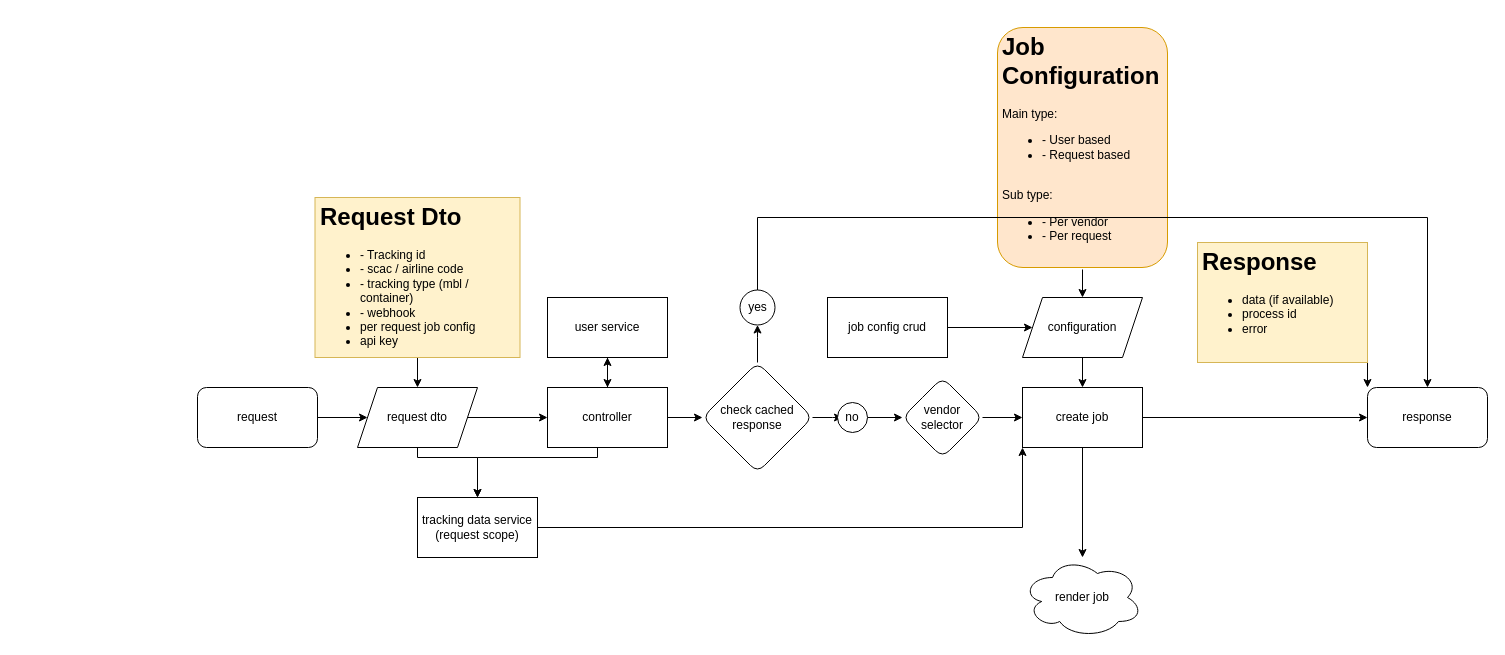
This is Untitled Diagram.drawio from bloodred17/brainstorm, a draw.io file, before an edit. Source tidied: cells renumbered, new cells numbered last; positions are measured from the earlier drawing's top-left corner, leaving out a move shared by most shapes. Both pictures are drawn from the tidied source at 100%, with x=0, y=0 at pixel (197, 27).
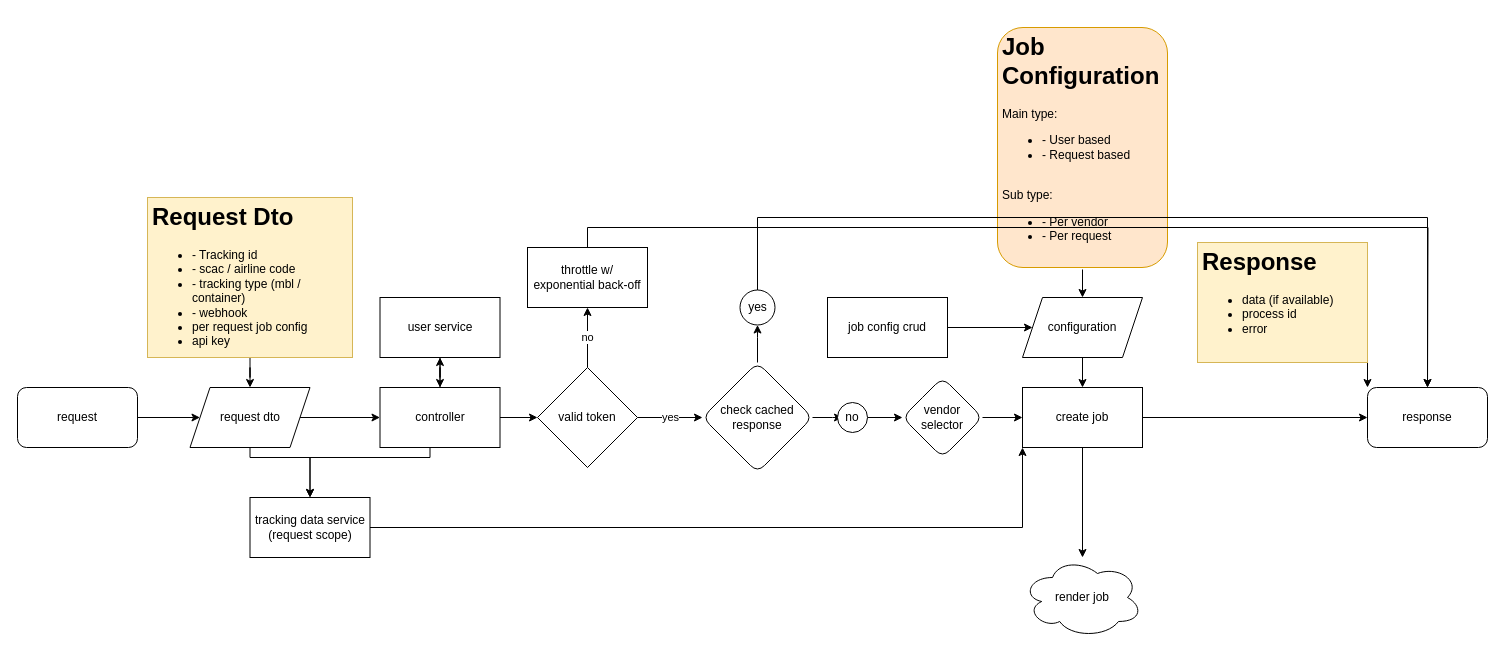
The same page after the edit.

Commit message:
exponential backoff added

The change refers to these unchanged cells:
```xml
<mxCell id="32" value="check cached response" style="rhombus;whiteSpace=wrap;html=1;rounded=1;shadow=0;glass=0;sketch=0;strokeColor=default;gradientColor=none;" parent="1" vertex="1">
  <mxGeometry x="505" y="335" width="110" height="110" as="geometry" />
</mxCell>
```

Diff of the diagram source:
```diff
@@
     <mxCell id="3" value="request" style="rounded=1;whiteSpace=wrap;html=1;" parent="1" vertex="1">
-      <mxGeometry y="360" width="120" height="60" as="geometry" />
+      <mxGeometry x="-180" y="360" width="120" height="60" as="geometry" />
     </mxCell>
     <mxCell id="4" style="edgeStyle=orthogonalEdgeStyle;rounded=0;jettySize=auto;html=1;entryX=0.5;entryY=0;entryDx=0;entryDy=0;" parent="1" edge="1" source="7" target="12">
       <mxGeometry relative="1" as="geometry">
         <Array as="points">
-          <mxPoint x="400" y="430" />
-          <mxPoint x="280" y="430" />
+          <mxPoint x="232.5" y="430" />
+          <mxPoint x="112.5" y="430" />
         </Array>
       </mxGeometry>
     </mxCell>
-    <mxCell id="5" style="edgeStyle=orthogonalEdgeStyle;rounded=0;jettySize=auto;html=1;exitX=1;exitY=0.5;exitDx=0;exitDy=0;" parent="1" edge="1" source="7" target="32">
+    <mxCell id="5" style="edgeStyle=orthogonalEdgeStyle;rounded=0;jettySize=auto;html=1;exitX=1;exitY=0.5;exitDx=0;exitDy=0;entryX=0;entryY=0.5;entryDx=0;entryDy=0;" parent="1" edge="1" source="7" target="41">
       <mxGeometry relative="1" as="geometry" />
     </mxCell>
@@
     <mxCell id="7" value="controller" style="rounded=0;whiteSpace=wrap;html=1;" parent="1" vertex="1">
-      <mxGeometry x="350" y="360" width="120" height="60" as="geometry" />
+      <mxGeometry x="182.5" y="360" width="120" height="60" as="geometry" />
     </mxCell>
@@
     <mxCell id="9" style="edgeStyle=orthogonalEdgeStyle;rounded=0;jettySize=auto;html=1;entryX=0.5;entryY=0;entryDx=0;entryDy=0;" parent="1" edge="1" source="10" target="12">
       <mxGeometry relative="1" as="geometry">
         <Array as="points">
-          <mxPoint x="220" y="430" />
-          <mxPoint x="280" y="430" />
+          <mxPoint x="52.5" y="430" />
+          <mxPoint x="112.5" y="430" />
         </Array>
       </mxGeometry>
     </mxCell>
     <mxCell id="10" value="request dto" style="shape=parallelogram;perimeter=parallelogramPerimeter;whiteSpace=wrap;html=1;fixedSize=1;" parent="1" vertex="1">
-      <mxGeometry x="160" y="360" width="120" height="60" as="geometry" />
+      <mxGeometry x="-7.5" y="360" width="120" height="60" as="geometry" />
     </mxCell>
@@
     <mxCell id="12" value="tracking data service&lt;br&gt;(request scope)" style="rounded=0;whiteSpace=wrap;html=1;" parent="1" vertex="1">
-      <mxGeometry x="220" y="470" width="120" height="60" as="geometry" />
+      <mxGeometry x="52.5" y="470" width="120" height="60" as="geometry" />
     </mxCell>
@@
     <mxCell id="26" value="&lt;h1&gt;Request Dto&lt;/h1&gt;&lt;div&gt;&lt;ul&gt;&lt;li&gt;- Tracking id&lt;/li&gt;&lt;li&gt;- scac / airline code&lt;/li&gt;&lt;li&gt;- tracking type (mbl / container)&lt;/li&gt;&lt;li&gt;- webhook&lt;/li&gt;&lt;li&gt;per request job config&lt;/li&gt;&lt;li&gt;api key&lt;/li&gt;&lt;/ul&gt;&lt;/div&gt;" style="text;html=1;strokeColor=#d6b656;fillColor=#fff2cc;spacing=5;spacingTop=-20;whiteSpace=wrap;overflow=hidden;rounded=0;shadow=0;glass=0;sketch=0;" parent="1" vertex="1">
-      <mxGeometry x="117.5" y="170" width="205" height="160" as="geometry" />
+      <mxGeometry x="-50" y="170" width="205" height="160" as="geometry" />
     </mxCell>
@@
     <mxCell id="37" style="edgeStyle=orthogonalEdgeStyle;rounded=0;jettySize=auto;html=1;" parent="1" edge="1" source="38">
       <mxGeometry relative="1" as="geometry">
-        <mxPoint x="410" y="360" as="targetPoint" />
+        <mxPoint x="242.5" y="360" as="targetPoint" />
       </mxGeometry>
     </mxCell>
     <mxCell id="38" value="user service" style="rounded=0;whiteSpace=wrap;html=1;shadow=0;glass=0;sketch=0;strokeColor=default;gradientColor=none;" parent="1" vertex="1">
-      <mxGeometry x="350" y="270" width="120" height="60" as="geometry" />
+      <mxGeometry x="182.5" y="270" width="120" height="60" as="geometry" />
     </mxCell>
+    <mxCell id="39" value="yes" style="edgeStyle=orthogonalEdgeStyle;rounded=0;jettySize=auto;html=1;entryX=0;entryY=0.5;entryDx=0;entryDy=0;" parent="1" edge="1" source="41" target="32">
+      <mxGeometry relative="1" as="geometry" />
+    </mxCell>
+    <mxCell id="40" value="no" style="edgeStyle=orthogonalEdgeStyle;rounded=0;jettySize=auto;html=1;" parent="1" edge="1" source="41" target="43">
+      <mxGeometry relative="1" as="geometry" />
+    </mxCell>
+    <mxCell id="41" value="valid token" style="rhombus;whiteSpace=wrap;html=1;" parent="1" vertex="1">
+      <mxGeometry x="340" y="340" width="100" height="100" as="geometry" />
+    </mxCell>
+    <mxCell id="42" style="edgeStyle=orthogonalEdgeStyle;rounded=0;jettySize=auto;html=1;exitX=0.5;exitY=0;exitDx=0;exitDy=0;" parent="1" edge="1" source="43">
+      <mxGeometry relative="1" as="geometry">
+        <mxPoint x="1230" y="360" as="targetPoint" />
+      </mxGeometry>
+    </mxCell>
+    <mxCell id="43" value="throttle w/ &lt;br&gt;exponential back-off" style="rounded=0;whiteSpace=wrap;html=1;" parent="1" vertex="1">
+      <mxGeometry x="330" y="220" width="120" height="60" as="geometry" />
+    </mxCell>
```
